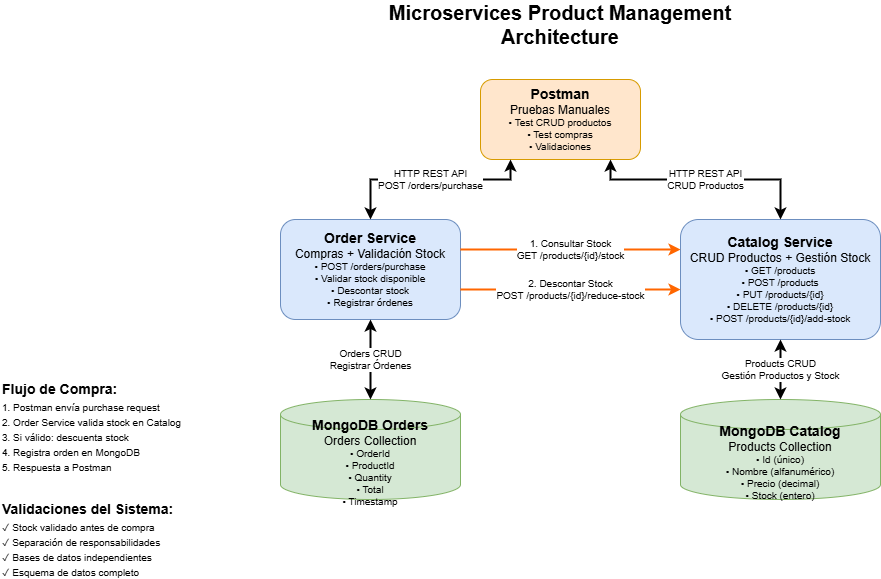
Earlier version of the draw.io export architecture.png (RosarioGY/ntt-taller01). Source tidied: cells renumbered, new cells last; positions are measured from the earlier drawing's top-left corner, leaving out a move shared by most shapes.
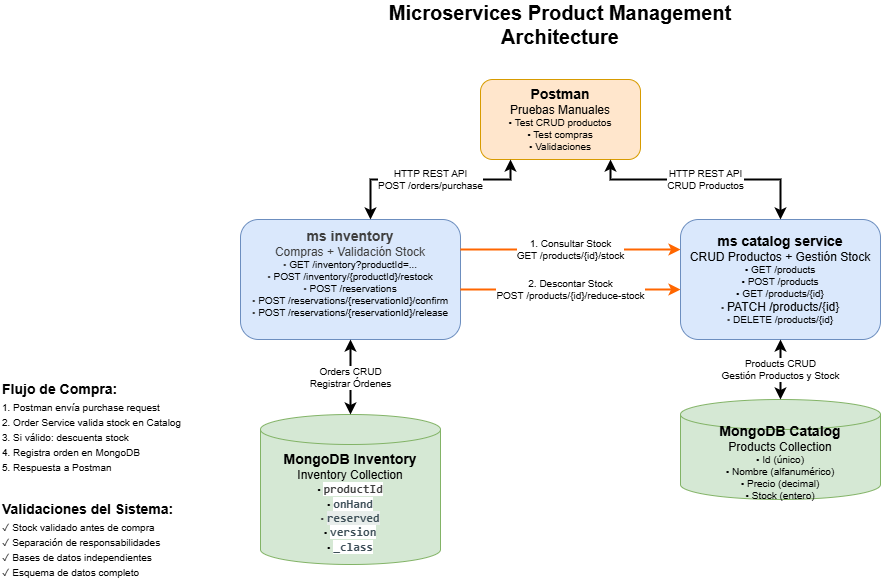
Above is the later version.

Change to the diagram source:
```diff
@@ -8,14 +8,14 @@
     <mxCell id="3" value="&lt;div style=&quot;font-size: 14px;&quot;&gt;&lt;b&gt;Postman&lt;/b&gt;&lt;/div&gt;&lt;div style=&quot;font-size: 12px;&quot;&gt;Pruebas Manuales&lt;/div&gt;&lt;div style=&quot;font-size: 10px;&quot;&gt;• Test CRUD productos&lt;/div&gt;&lt;div style=&quot;font-size: 10px;&quot;&gt;• Test compras&lt;/div&gt;&lt;div style=&quot;font-size: 10px;&quot;&gt;• Validaciones&lt;/div&gt;" style="rounded=1;whiteSpace=wrap;html=1;fillColor=#ffe6cc;strokeColor=#d79b00;fontFamily=Helvetica;" parent="1" vertex="1">
       <mxGeometry x="480" y="70" width="160" height="80" as="geometry" />
     </mxCell>
-    <mxCell id="4" value="&lt;div style=&quot;font-size: 14px;&quot;&gt;&lt;b&gt;Order Service&lt;/b&gt;&lt;/div&gt;&lt;div style=&quot;font-size: 12px;&quot;&gt;Compras + Validación Stock&lt;/div&gt;&lt;div style=&quot;font-size: 10px;&quot;&gt;• POST /orders/purchase&lt;/div&gt;&lt;div style=&quot;font-size: 10px;&quot;&gt;• Validar stock disponible&lt;/div&gt;&lt;div style=&quot;font-size: 10px;&quot;&gt;• Descontar stock&lt;/div&gt;&lt;div style=&quot;font-size: 10px;&quot;&gt;• Registrar órdenes&lt;/div&gt;" style="rounded=1;whiteSpace=wrap;html=1;fillColor=#dae8fc;strokeColor=#6c8ebf;fontFamily=Helvetica;" parent="1" vertex="1">
-      <mxGeometry x="280" y="210" width="180" height="100" as="geometry" />
+    <mxCell id="4" value="&lt;div style=&quot;&quot;&gt;&lt;span style=&quot;color: rgb(63, 63, 63); background-color: transparent; font-size: 14px;&quot;&gt;&lt;b&gt;ms inventory&lt;/b&gt;&lt;/span&gt;&lt;/div&gt;&lt;div style=&quot;&quot;&gt;&lt;span style=&quot;font-size: 12px; color: rgb(63, 63, 63); background-color: transparent;&quot;&gt;Compras + Validación Stock&lt;/span&gt;&lt;/div&gt;&lt;div style=&quot;font-size: 10px;&quot;&gt;&lt;span style=&quot;color: rgb(63, 63, 63); background-color: transparent;&quot;&gt;•&lt;/span&gt;&lt;span style=&quot;color: rgb(63, 63, 63); background-color: transparent;&quot;&gt;&amp;nbsp;&lt;/span&gt;GET /inventory?productId=...&lt;/div&gt;&lt;div style=&quot;font-size: 10px;&quot;&gt;&lt;span style=&quot;color: rgb(63, 63, 63); background-color: transparent;&quot;&gt;•&lt;/span&gt;&lt;span style=&quot;color: rgb(63, 63, 63); background-color: transparent;&quot;&gt;&amp;nbsp;&lt;/span&gt;POST /inventory/{productId}/restock&lt;/div&gt;&lt;div style=&quot;font-size: 10px;&quot;&gt;&lt;span style=&quot;color: rgb(63, 63, 63); background-color: transparent;&quot;&gt;•&lt;/span&gt;&lt;span style=&quot;color: rgb(63, 63, 63); background-color: transparent;&quot;&gt;&amp;nbsp;&lt;/span&gt;POST /reservations&lt;/div&gt;&lt;div style=&quot;font-size: 10px;&quot;&gt;&lt;span style=&quot;color: rgb(63, 63, 63); background-color: transparent;&quot;&gt;•&lt;/span&gt;&lt;span style=&quot;color: rgb(63, 63, 63); background-color: transparent;&quot;&gt;&amp;nbsp;&lt;/span&gt;POST /reservations/{reservationId}/confirm&lt;/div&gt;&lt;div style=&quot;font-size: 10px;&quot;&gt;&lt;span style=&quot;color: rgb(63, 63, 63); background-color: transparent;&quot;&gt;•&lt;/span&gt;&lt;span style=&quot;color: rgb(63, 63, 63); background-color: transparent;&quot;&gt;&amp;nbsp;&lt;/span&gt;POST /reservations/{reservationId}/release&lt;/div&gt;&lt;div style=&quot;font-size: 10px;&quot;&gt;&lt;br&gt;&lt;/div&gt;" style="rounded=1;whiteSpace=wrap;html=1;fillColor=#dae8fc;strokeColor=#6c8ebf;fontFamily=Helvetica;" parent="1" vertex="1">
+      <mxGeometry x="240" y="210" width="220" height="120" as="geometry" />
     </mxCell>
-    <mxCell id="5" value="&lt;div style=&quot;font-size: 14px;&quot;&gt;&lt;b&gt;Catalog Service&lt;/b&gt;&lt;/div&gt;&lt;div style=&quot;font-size: 12px;&quot;&gt;CRUD Productos + Gestión Stock&lt;/div&gt;&lt;div style=&quot;font-size: 10px;&quot;&gt;• GET /products&lt;/div&gt;&lt;div style=&quot;font-size: 10px;&quot;&gt;• POST /products&lt;/div&gt;&lt;div style=&quot;font-size: 10px;&quot;&gt;• PUT /products/{id}&lt;/div&gt;&lt;div style=&quot;font-size: 10px;&quot;&gt;• DELETE /products/{id}&lt;/div&gt;&lt;div style=&quot;font-size: 10px;&quot;&gt;• POST /products/{id}/add-stock&lt;/div&gt;" style="rounded=1;whiteSpace=wrap;html=1;fillColor=#dae8fc;strokeColor=#6c8ebf;fontFamily=Helvetica;" parent="1" vertex="1">
+    <mxCell id="5" value="&lt;div style=&quot;font-size: 14px;&quot;&gt;&lt;b&gt;ms catalog service&lt;/b&gt;&lt;/div&gt;&lt;div style=&quot;font-size: 12px;&quot;&gt;CRUD Productos + Gestión Stock&lt;/div&gt;&lt;div style=&quot;font-size: 10px;&quot;&gt;• GET /products&lt;/div&gt;&lt;div style=&quot;font-size: 10px;&quot;&gt;• POST /products&lt;/div&gt;&lt;div style=&quot;font-size: 10px;&quot;&gt;•&amp;nbsp;GET /products/{id}&lt;/div&gt;&lt;div style=&quot;font-size: 10px;&quot;&gt;&lt;span style=&quot;color: rgb(63, 63, 63); background-color: transparent;&quot;&gt;•&amp;nbsp;&lt;/span&gt;&lt;span style=&quot;background-color: transparent; font-size: 12px;&quot;&gt;PATCH /products/{id}&lt;/span&gt;&lt;/div&gt;&lt;div style=&quot;font-size: 10px;&quot;&gt;&lt;span style=&quot;color: rgb(63, 63, 63); background-color: transparent;&quot;&gt;•&amp;nbsp;&lt;/span&gt;DELETE /products/{id}&lt;/div&gt;" style="rounded=1;whiteSpace=wrap;html=1;fillColor=#dae8fc;strokeColor=#6c8ebf;fontFamily=Helvetica;" parent="1" vertex="1">
       <mxGeometry x="680" y="210" width="200" height="120" as="geometry" />
     </mxCell>
-    <mxCell id="6" value="&lt;div style=&quot;font-size: 14px;&quot;&gt;&lt;b&gt;MongoDB Orders&lt;/b&gt;&lt;/div&gt;&lt;div style=&quot;font-size: 12px;&quot;&gt;Orders Collection&lt;/div&gt;&lt;div style=&quot;font-size: 10px;&quot;&gt;• OrderId&lt;/div&gt;&lt;div style=&quot;font-size: 10px;&quot;&gt;• ProductId&lt;/div&gt;&lt;div style=&quot;font-size: 10px;&quot;&gt;• Quantity&lt;/div&gt;&lt;div style=&quot;font-size: 10px;&quot;&gt;• Total&lt;/div&gt;&lt;div style=&quot;font-size: 10px;&quot;&gt;• Timestamp&lt;/div&gt;" style="shape=cylinder3;whiteSpace=wrap;html=1;boundedLbl=1;backgroundOutline=1;size=15;fillColor=#d5e8d4;strokeColor=#82b366;fontFamily=Helvetica;" parent="1" vertex="1">
-      <mxGeometry x="280" y="390" width="180" height="100" as="geometry" />
+    <mxCell id="6" value="&lt;div style=&quot;font-size: 14px;&quot;&gt;&lt;b&gt;MongoDB Inventory&lt;/b&gt;&lt;/div&gt;&lt;div style=&quot;font-size: 12px;&quot;&gt;Inventory Collection&lt;/div&gt;&lt;div style=&quot;font-size: 10px;&quot;&gt;•&amp;nbsp;&lt;span style=&quot;color: rgb(63, 63, 63); background-color: rgb(255, 255, 255); font-family: &amp;quot;Source Code Pro&amp;quot;, Menlo, monospace; font-weight: bold; text-align: start; font-size: 12px;&quot;&gt;productId&lt;/span&gt;&lt;/div&gt;&lt;div style=&quot;box-sizing: border-box; -webkit-font-smoothing: antialiased; user-select: text; outline-color: rgb(4, 152, 236); flex: 1 1 0%; min-width: 0px; max-width: 100%; color: rgb(61, 79, 88); font-family: &amp;quot;Source Code Pro&amp;quot;, Menlo, monospace; text-align: start; background-color: rgb(255, 255, 255);&quot; class=&quot;leafygreen-ui-gzqbgx&quot;&gt;&lt;div style=&quot;box-sizing: border-box; -webkit-font-smoothing: antialiased; user-select: text; outline-color: rgb(4, 152, 236);&quot;&gt;&lt;/div&gt;&lt;/div&gt;&lt;div style=&quot;font-size: 10px;&quot;&gt;•&amp;nbsp;&lt;span style=&quot;background-color: rgb(255, 255, 255); color: rgb(61, 79, 88); font-family: &amp;quot;Source Code Pro&amp;quot;, Menlo, monospace; font-weight: 700; text-align: start; font-size: 12px;&quot;&gt;onHand&lt;/span&gt;&lt;/div&gt;&lt;div style=&quot;font-size: 10px;&quot;&gt;&lt;span style=&quot;color: rgb(63, 63, 63); background-color: transparent;&quot;&gt;•&amp;nbsp;&lt;/span&gt;&lt;span style=&quot;background-color: rgb(232, 237, 235); color: rgb(61, 79, 88); font-family: &amp;quot;Source Code Pro&amp;quot;, Menlo, monospace; font-weight: 700; text-align: start; font-size: 12px;&quot;&gt;reserved&lt;/span&gt;&lt;/div&gt;&lt;div style=&quot;font-size: 10px;&quot;&gt;•&amp;nbsp;&lt;span style=&quot;background-color: rgb(255, 255, 255); color: rgb(61, 79, 88); font-family: &amp;quot;Source Code Pro&amp;quot;, Menlo, monospace; font-weight: 700; text-align: start; font-size: 12px;&quot;&gt;version&lt;/span&gt;&lt;/div&gt;&lt;div style=&quot;font-size: 10px;&quot;&gt;•&amp;nbsp;&lt;span style=&quot;background-color: rgb(255, 255, 255); color: rgb(61, 79, 88); font-family: &amp;quot;Source Code Pro&amp;quot;, Menlo, monospace; font-weight: 700; text-align: start; font-size: 12px;&quot;&gt;_class&lt;/span&gt;&lt;/div&gt;" style="shape=cylinder3;whiteSpace=wrap;html=1;boundedLbl=1;backgroundOutline=1;size=15;fillColor=#d5e8d4;strokeColor=#82b366;fontFamily=Helvetica;" parent="1" vertex="1">
+      <mxGeometry x="260" y="405" width="180" height="150" as="geometry" />
     </mxCell>
     <mxCell id="7" value="&lt;div style=&quot;font-size: 14px;&quot;&gt;&lt;b&gt;MongoDB Catalog&lt;/b&gt;&lt;/div&gt;&lt;div style=&quot;font-size: 12px;&quot;&gt;Products Collection&lt;/div&gt;&lt;div style=&quot;font-size: 10px;&quot;&gt;• Id (único)&lt;/div&gt;&lt;div style=&quot;font-size: 10px;&quot;&gt;• Nombre (alfanumérico)&lt;/div&gt;&lt;div style=&quot;font-size: 10px;&quot;&gt;• Precio (decimal)&lt;/div&gt;&lt;div style=&quot;font-size: 10px;&quot;&gt;• Stock (entero)&lt;/div&gt;" style="shape=cylinder3;whiteSpace=wrap;html=1;boundedLbl=1;backgroundOutline=1;size=15;fillColor=#d5e8d4;strokeColor=#82b366;fontFamily=Helvetica;" parent="1" vertex="1">
       <mxGeometry x="680" y="390" width="200" height="100" as="geometry" />
```
